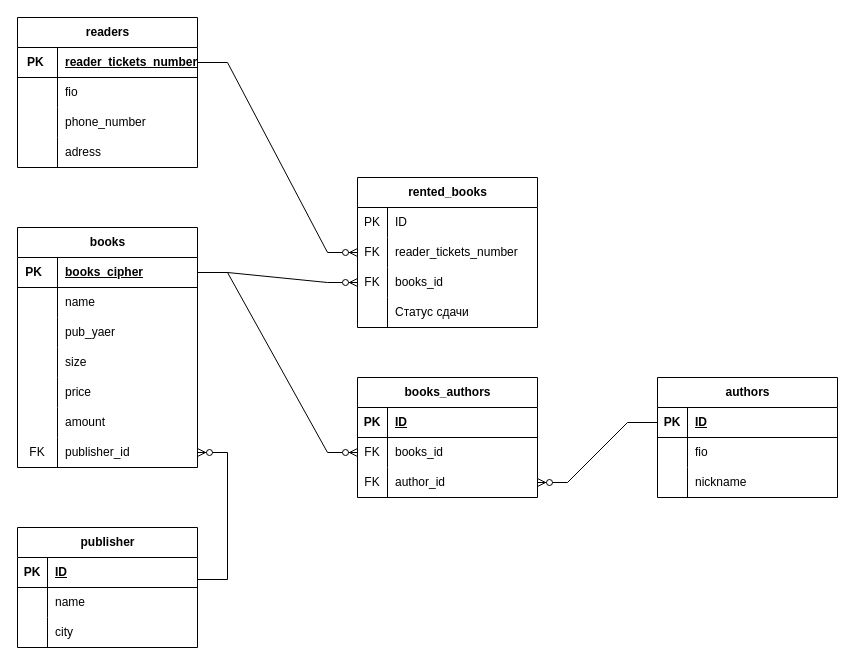
Before: Диаграмма library.drawio in OlegVDE/2.2_create_library_db, a draw.io diagram. Source tidied: cells renumbered, new cells numbered last; positions are measured from the earlier drawing's top-left corner, leaving out a move shared by most shapes. Both pictures are drawn from the tidied source at 100%, with x=0, y=0 at pixel (17, 17).
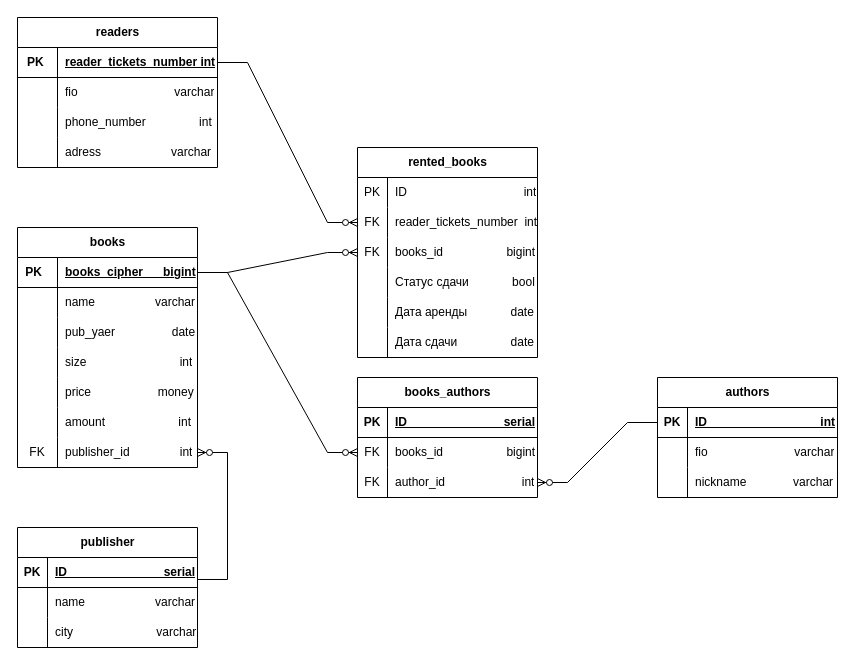
Above is the later version.

The change refers to these unchanged cells:
```xml
<mxCell id="16" style="shape=tableRow;horizontal=0;startSize=0;swimlaneHead=0;swimlaneBody=0;fillColor=none;points=[[0,0.5],[1,0.5]];portConstraint=eastwest;top=0;left=0;right=0;bottom=1;" parent="15" vertex="1">
  <mxGeometry y="30" width="180" height="30" as="geometry" />
</mxCell>
<mxCell id="19" style="shape=tableRow;horizontal=0;startSize=0;swimlaneHead=0;swimlaneBody=0;fillColor=none;top=0;left=0;right=0;bottom=0;" parent="15" vertex="1">
  <mxGeometry y="60" width="180" height="30" as="geometry" />
</mxCell>
<mxCell id="22" style="shape=tableRow;horizontal=0;startSize=0;swimlaneHead=0;swimlaneBody=0;fillColor=none;top=0;left=0;right=0;bottom=0;" parent="15" vertex="1">
  <mxGeometry y="90" width="180" height="30" as="geometry" />
</mxCell>
<mxCell id="25" style="shape=tableRow;horizontal=0;startSize=0;swimlaneHead=0;swimlaneBody=0;fillColor=none;top=0;left=0;right=0;bottom=0;" parent="15" vertex="1">
  <mxGeometry y="120" width="180" height="30" as="geometry" />
</mxCell>
<mxCell id="28" style="shape=tableRow;horizontal=0;startSize=0;swimlaneHead=0;swimlaneBody=0;fillColor=none;top=0;left=0;right=0;bottom=0;" parent="15" vertex="1">
  <mxGeometry y="150" width="180" height="30" as="geometry" />
</mxCell>
<mxCell id="31" style="shape=tableRow;horizontal=0;startSize=0;swimlaneHead=0;swimlaneBody=0;fillColor=none;top=0;left=0;right=0;bottom=0;" parent="15" vertex="1">
  <mxGeometry y="180" width="180" height="30" as="geometry" />
</mxCell>
<mxCell id="34" style="shape=tableRow;horizontal=0;startSize=0;swimlaneHead=0;swimlaneBody=0;fillColor=none;points=[[0,0.5],[1,0.5]];portConstraint=eastwest;top=0;left=0;right=0;bottom=0;" parent="15" vertex="1">
  <mxGeometry y="210" width="180" height="30" as="geometry" />
</mxCell>
<mxCell id="38" style="shape=tableRow;horizontal=0;startSize=0;swimlaneHead=0;swimlaneBody=0;fillColor=none;points=[[0,0.5],[1,0.5]];portConstraint=eastwest;top=0;left=0;right=0;bottom=1;" parent="37" vertex="1">
  <mxGeometry y="30" width="180" height="30" as="geometry" />
</mxCell>
<mxCell id="41" style="shape=tableRow;horizontal=0;startSize=0;swimlaneHead=0;swimlaneBody=0;fillColor=none;top=0;left=0;right=0;bottom=0;" parent="37" vertex="1">
  <mxGeometry y="60" width="180" height="30" as="geometry" />
</mxCell>
<mxCell id="44" style="shape=tableRow;horizontal=0;startSize=0;swimlaneHead=0;swimlaneBody=0;fillColor=none;top=0;left=0;right=0;bottom=0;" parent="37" vertex="1">
  <mxGeometry y="90" width="180" height="30" as="geometry" />
</mxCell>
<mxCell id="49" style="shape=tableRow;horizontal=0;startSize=0;swimlaneHead=0;swimlaneBody=0;fillColor=none;top=0;left=0;right=0;bottom=0;" parent="48" vertex="1">
  <mxGeometry y="30" width="180" height="30" as="geometry" />
</mxCell>
<mxCell id="52" style="shape=tableRow;horizontal=0;startSize=0;swimlaneHead=0;swimlaneBody=0;fillColor=none;points=[[0,0.5],[1,0.5]];portConstraint=eastwest;top=0;left=0;right=0;bottom=0;" parent="48" vertex="1">
  <mxGeometry y="60" width="180" height="30" as="geometry" />
</mxCell>
<mxCell id="55" style="shape=tableRow;horizontal=0;startSize=0;swimlaneHead=0;swimlaneBody=0;fillColor=none;points=[[0,0.5],[1,0.5]];portConstraint=eastwest;top=0;left=0;right=0;bottom=0;" parent="48" vertex="1">
  <mxGeometry y="90" width="180" height="30" as="geometry" />
</mxCell>
<mxCell id="58" style="shape=tableRow;horizontal=0;startSize=0;swimlaneHead=0;swimlaneBody=0;fillColor=none;top=0;left=0;right=0;bottom=0;" parent="48" vertex="1">
  <mxGeometry y="120" width="180" height="30" as="geometry" />
</mxCell>
<mxCell id="64" style="shape=tableRow;horizontal=0;startSize=0;swimlaneHead=0;swimlaneBody=0;fillColor=none;top=0;left=0;right=0;bottom=1;" parent="63" vertex="1">
  <mxGeometry y="30" width="180" height="30" as="geometry" />
</mxCell>
<mxCell id="67" style="shape=tableRow;horizontal=0;startSize=0;swimlaneHead=0;swimlaneBody=0;fillColor=none;points=[[0,0.5],[1,0.5]];portConstraint=eastwest;top=0;left=0;right=0;bottom=0;" parent="63" vertex="1">
  <mxGeometry y="60" width="180" height="30" as="geometry" />
</mxCell>
<mxCell id="70" style="shape=tableRow;horizontal=0;startSize=0;swimlaneHead=0;swimlaneBody=0;fillColor=none;points=[[0,0.5],[1,0.5]];portConstraint=eastwest;top=0;left=0;right=0;bottom=0;" parent="63" vertex="1">
  <mxGeometry y="90" width="180" height="30" as="geometry" />
</mxCell>
<mxCell id="75" style="shape=tableRow;horizontal=0;startSize=0;swimlaneHead=0;swimlaneBody=0;fillColor=none;points=[[0,0.5],[1,0.5]];portConstraint=eastwest;top=0;left=0;right=0;bottom=1;" parent="74" vertex="1">
  <mxGeometry y="30" width="180" height="30" as="geometry" />
</mxCell>
<mxCell id="78" style="shape=tableRow;horizontal=0;startSize=0;swimlaneHead=0;swimlaneBody=0;fillColor=none;top=0;left=0;right=0;bottom=0;" parent="74" vertex="1">
  <mxGeometry y="60" width="180" height="30" as="geometry" />
</mxCell>
<mxCell id="81" style="shape=tableRow;horizontal=0;startSize=0;swimlaneHead=0;swimlaneBody=0;fillColor=none;top=0;left=0;right=0;bottom=0;" parent="74" vertex="1">
  <mxGeometry y="90" width="180" height="30" as="geometry" />
</mxCell>
```

What changed in the source:
```diff
@@
     <mxCell id="2" value="readers" style="shape=table;startSize=30;childLayout=tableLayout;rowLines=0;fontStyle=1;align=center;html=1;" parent="1" vertex="1">
-      <mxGeometry width="180" height="150" as="geometry" />
+      <mxGeometry width="200" height="150" as="geometry" />
     </mxCell>
     <mxCell id="3" style="shape=tableRow;horizontal=0;startSize=0;swimlaneHead=0;swimlaneBody=0;fillColor=none;points=[[0,0.5],[1,0.5]];portConstraint=eastwest;top=0;left=0;right=0;bottom=1;" parent="2" vertex="1">
-      <mxGeometry y="30" width="180" height="30" as="geometry" />
+      <mxGeometry y="30" width="200" height="30" as="geometry" />
     </mxCell>
@@
-    <mxCell id="5" value="reader_tickets_number" style="shape=partialRectangle;fillColor=none;top=0;left=0;bottom=0;right=0;align=left;spacingLeft=6;fontStyle=5;overflow=hidden;whiteSpace=wrap;html=1;" parent="3" vertex="1">
-      <mxGeometry x="40" width="140" height="30" as="geometry" />
+    <mxCell id="5" value="reader_tickets_number&amp;nbsp;int" style="shape=partialRectangle;fillColor=none;top=0;left=0;bottom=0;right=0;align=left;spacingLeft=6;fontStyle=5;overflow=hidden;whiteSpace=wrap;html=1;" parent="3" vertex="1">
+      <mxGeometry x="40" width="160" height="30" as="geometry" />
     </mxCell>
     <mxCell id="6" style="shape=tableRow;horizontal=0;startSize=0;swimlaneHead=0;swimlaneBody=0;fillColor=none;top=0;left=0;right=0;bottom=0;" parent="2" vertex="1">
-      <mxGeometry y="60" width="180" height="30" as="geometry" />
+      <mxGeometry y="60" width="200" height="30" as="geometry" />
     </mxCell>
@@
-    <mxCell id="8" value="fio" style="shape=partialRectangle;fillColor=none;top=0;left=0;bottom=0;right=0;align=left;spacingLeft=6;overflow=hidden;whiteSpace=wrap;html=1;" parent="6" vertex="1">
-      <mxGeometry x="40" width="140" height="30" as="geometry" />
+    <mxCell id="8" value="fio&amp;nbsp; &amp;nbsp; &amp;nbsp; &amp;nbsp; &amp;nbsp; &amp;nbsp; &amp;nbsp; &amp;nbsp; &amp;nbsp; &amp;nbsp; &amp;nbsp; &amp;nbsp; &amp;nbsp; &amp;nbsp; &amp;nbsp;varchar" style="shape=partialRectangle;fillColor=none;top=0;left=0;bottom=0;right=0;align=left;spacingLeft=6;overflow=hidden;whiteSpace=wrap;html=1;" parent="6" vertex="1">
+      <mxGeometry x="40" width="160" height="30" as="geometry" />
     </mxCell>
     <mxCell id="9" style="shape=tableRow;horizontal=0;startSize=0;swimlaneHead=0;swimlaneBody=0;fillColor=none;top=0;left=0;right=0;bottom=0;" parent="2" vertex="1">
-      <mxGeometry y="90" width="180" height="30" as="geometry" />
+      <mxGeometry y="90" width="200" height="30" as="geometry" />
     </mxCell>
@@
-    <mxCell id="11" value="phone_number" style="shape=partialRectangle;fillColor=none;top=0;left=0;bottom=0;right=0;align=left;spacingLeft=6;overflow=hidden;whiteSpace=wrap;html=1;" parent="9" vertex="1">
-      <mxGeometry x="40" width="140" height="30" as="geometry" />
+    <mxCell id="11" value="phone_number&amp;nbsp; &amp;nbsp; &amp;nbsp; &amp;nbsp; &amp;nbsp; &amp;nbsp; &amp;nbsp; &amp;nbsp; int&amp;nbsp;" style="shape=partialRectangle;fillColor=none;top=0;left=0;bottom=0;right=0;align=left;spacingLeft=6;overflow=hidden;whiteSpace=wrap;html=1;" parent="9" vertex="1">
+      <mxGeometry x="40" width="160" height="30" as="geometry" />
     </mxCell>
     <mxCell id="12" style="shape=tableRow;horizontal=0;startSize=0;swimlaneHead=0;swimlaneBody=0;fillColor=none;top=0;left=0;right=0;bottom=0;" parent="2" vertex="1">
-      <mxGeometry y="120" width="180" height="30" as="geometry" />
+      <mxGeometry y="120" width="200" height="30" as="geometry" />
     </mxCell>
@@
-    <mxCell id="14" value="adress" style="shape=partialRectangle;fillColor=none;top=0;left=0;bottom=0;right=0;align=left;spacingLeft=6;overflow=hidden;whiteSpace=wrap;html=1;" parent="12" vertex="1">
-      <mxGeometry x="40" width="140" height="30" as="geometry" />
+    <mxCell id="14" value="adress&amp;nbsp; &amp;nbsp; &amp;nbsp; &amp;nbsp; &amp;nbsp; &amp;nbsp; &amp;nbsp; &amp;nbsp; &amp;nbsp; &amp;nbsp; &amp;nbsp;varchar" style="shape=partialRectangle;fillColor=none;top=0;left=0;bottom=0;right=0;align=left;spacingLeft=6;overflow=hidden;whiteSpace=wrap;html=1;" parent="12" vertex="1">
+      <mxGeometry x="40" width="160" height="30" as="geometry" />
     </mxCell>
@@
-    <mxCell id="18" value="books_cipher" style="shape=partialRectangle;fillColor=none;top=0;left=0;bottom=0;right=0;align=left;spacingLeft=6;fontStyle=5;overflow=hidden;whiteSpace=wrap;html=1;" parent="16" vertex="1">
+    <mxCell id="18" value="books_cipher&amp;nbsp; &amp;nbsp; &amp;nbsp; bigint" style="shape=partialRectangle;fillColor=none;top=0;left=0;bottom=0;right=0;align=left;spacingLeft=6;fontStyle=5;overflow=hidden;whiteSpace=wrap;html=1;" parent="16" vertex="1">
       <mxGeometry x="40" width="140" height="30" as="geometry" />
     </mxCell>
@@
-    <mxCell id="21" value="name" style="shape=partialRectangle;fillColor=none;top=0;left=0;bottom=0;right=0;align=left;spacingLeft=6;overflow=hidden;whiteSpace=wrap;html=1;" parent="19" vertex="1">
+    <mxCell id="21" value="name&amp;nbsp; &amp;nbsp; &amp;nbsp; &amp;nbsp; &amp;nbsp; &amp;nbsp; &amp;nbsp; &amp;nbsp; &amp;nbsp;&amp;nbsp;varchar" style="shape=partialRectangle;fillColor=none;top=0;left=0;bottom=0;right=0;align=left;spacingLeft=6;overflow=hidden;whiteSpace=wrap;html=1;" parent="19" vertex="1">
       <mxGeometry x="40" width="140" height="30" as="geometry" />
     </mxCell>
@@
-    <mxCell id="24" value="pub_yaer" style="shape=partialRectangle;fillColor=none;top=0;left=0;bottom=0;right=0;align=left;spacingLeft=6;overflow=hidden;whiteSpace=wrap;html=1;" parent="22" vertex="1">
+    <mxCell id="24" value="pub_yaer&amp;nbsp; &amp;nbsp; &amp;nbsp; &amp;nbsp; &amp;nbsp; &amp;nbsp; &amp;nbsp; &amp;nbsp; &amp;nbsp;date" style="shape=partialRectangle;fillColor=none;top=0;left=0;bottom=0;right=0;align=left;spacingLeft=6;overflow=hidden;whiteSpace=wrap;html=1;" parent="22" vertex="1">
       <mxGeometry x="40" width="140" height="30" as="geometry" />
     </mxCell>
@@
-    <mxCell id="27" value="size" style="shape=partialRectangle;fillColor=none;top=0;left=0;bottom=0;right=0;align=left;spacingLeft=6;overflow=hidden;whiteSpace=wrap;html=1;" parent="25" vertex="1">
+    <mxCell id="27" value="size&amp;nbsp; &amp;nbsp; &amp;nbsp; &amp;nbsp; &amp;nbsp; &amp;nbsp; &amp;nbsp; &amp;nbsp; &amp;nbsp; &amp;nbsp; &amp;nbsp; &amp;nbsp; &amp;nbsp; &amp;nbsp; int" style="shape=partialRectangle;fillColor=none;top=0;left=0;bottom=0;right=0;align=left;spacingLeft=6;overflow=hidden;whiteSpace=wrap;html=1;" parent="25" vertex="1">
       <mxGeometry x="40" width="140" height="30" as="geometry" />
     </mxCell>
@@
-    <mxCell id="30" value="price" style="shape=partialRectangle;fillColor=none;top=0;left=0;bottom=0;right=0;align=left;spacingLeft=6;overflow=hidden;whiteSpace=wrap;html=1;" parent="28" vertex="1">
+    <mxCell id="30" value="price&amp;nbsp; &amp;nbsp; &amp;nbsp; &amp;nbsp; &amp;nbsp; &amp;nbsp; &amp;nbsp; &amp;nbsp; &amp;nbsp; &amp;nbsp; money" style="shape=partialRectangle;fillColor=none;top=0;left=0;bottom=0;right=0;align=left;spacingLeft=6;overflow=hidden;whiteSpace=wrap;html=1;" parent="28" vertex="1">
       <mxGeometry x="40" width="140" height="30" as="geometry" />
     </mxCell>
@@
-    <mxCell id="33" value="amount" style="shape=partialRectangle;fillColor=none;top=0;left=0;bottom=0;right=0;align=left;spacingLeft=6;overflow=hidden;whiteSpace=wrap;html=1;" parent="31" vertex="1">
+    <mxCell id="33" value="amount&amp;nbsp; &amp;nbsp; &amp;nbsp; &amp;nbsp; &amp;nbsp; &amp;nbsp; &amp;nbsp; &amp;nbsp; &amp;nbsp; &amp;nbsp; &amp;nbsp; int" style="shape=partialRectangle;fillColor=none;top=0;left=0;bottom=0;right=0;align=left;spacingLeft=6;overflow=hidden;whiteSpace=wrap;html=1;" parent="31" vertex="1">
       <mxGeometry x="40" width="140" height="30" as="geometry" />
     </mxCell>
@@
-    <mxCell id="36" value="publisher_id" style="shape=partialRectangle;fillColor=none;top=0;left=0;bottom=0;right=0;align=left;spacingLeft=6;overflow=hidden;whiteSpace=wrap;html=1;" parent="34" vertex="1">
+    <mxCell id="36" value="publisher_id&amp;nbsp; &amp;nbsp; &amp;nbsp; &amp;nbsp; &amp;nbsp; &amp;nbsp; &amp;nbsp; &amp;nbsp;int" style="shape=partialRectangle;fillColor=none;top=0;left=0;bottom=0;right=0;align=left;spacingLeft=6;overflow=hidden;whiteSpace=wrap;html=1;" parent="34" vertex="1">
       <mxGeometry x="40" width="140" height="30" as="geometry" />
     </mxCell>
@@
-    <mxCell id="40" value="ID" style="shape=partialRectangle;fillColor=none;top=0;left=0;bottom=0;right=0;align=left;spacingLeft=6;fontStyle=5;overflow=hidden;whiteSpace=wrap;html=1;" parent="38" vertex="1">
+    <mxCell id="40" value="ID&amp;nbsp; &amp;nbsp; &amp;nbsp; &amp;nbsp; &amp;nbsp; &amp;nbsp; &amp;nbsp; &amp;nbsp; &amp;nbsp; &amp;nbsp; &amp;nbsp; &amp;nbsp; &amp;nbsp; &amp;nbsp; &amp;nbsp;serial" style="shape=partialRectangle;fillColor=none;top=0;left=0;bottom=0;right=0;align=left;spacingLeft=6;fontStyle=5;overflow=hidden;whiteSpace=wrap;html=1;" parent="38" vertex="1">
       <mxGeometry x="30" width="150" height="30" as="geometry" />
     </mxCell>
@@
-    <mxCell id="43" value="name" style="shape=partialRectangle;fillColor=none;top=0;left=0;bottom=0;right=0;align=left;spacingLeft=6;overflow=hidden;whiteSpace=wrap;html=1;" parent="41" vertex="1">
+    <mxCell id="43" value="name&amp;nbsp; &amp;nbsp; &amp;nbsp; &amp;nbsp; &amp;nbsp; &amp;nbsp; &amp;nbsp; &amp;nbsp; &amp;nbsp; &amp;nbsp; &amp;nbsp;varchar" style="shape=partialRectangle;fillColor=none;top=0;left=0;bottom=0;right=0;align=left;spacingLeft=6;overflow=hidden;whiteSpace=wrap;html=1;" parent="41" vertex="1">
       <mxGeometry x="30" width="150" height="30" as="geometry" />
     </mxCell>
@@
-    <mxCell id="46" value="city" style="shape=partialRectangle;fillColor=none;top=0;left=0;bottom=0;right=0;align=left;spacingLeft=6;overflow=hidden;whiteSpace=wrap;html=1;" parent="44" vertex="1">
+    <mxCell id="46" value="city&amp;nbsp; &amp;nbsp; &amp;nbsp; &amp;nbsp; &amp;nbsp; &amp;nbsp; &amp;nbsp; &amp;nbsp; &amp;nbsp; &amp;nbsp; &amp;nbsp; &amp;nbsp; &amp;nbsp;varchar" style="shape=partialRectangle;fillColor=none;top=0;left=0;bottom=0;right=0;align=left;spacingLeft=6;overflow=hidden;whiteSpace=wrap;html=1;" parent="44" vertex="1">
       <mxGeometry x="30" width="150" height="30" as="geometry" />
     </mxCell>
@@
     <mxCell id="48" value="rented_books" style="shape=table;startSize=30;childLayout=tableLayout;rowLines=0;fontStyle=1;align=center;html=1;" parent="1" vertex="1">
-      <mxGeometry x="340" y="160" width="180" height="150" as="geometry" />
+      <mxGeometry x="340" y="130" width="180" height="210" as="geometry" />
     </mxCell>
@@
-    <mxCell id="51" value="ID" style="shape=partialRectangle;fillColor=none;top=0;left=0;bottom=0;right=0;align=left;spacingLeft=6;overflow=hidden;whiteSpace=wrap;html=1;" parent="49" vertex="1">
+    <mxCell id="51" value="ID&amp;nbsp; &amp;nbsp; &amp;nbsp; &amp;nbsp; &amp;nbsp; &amp;nbsp; &amp;nbsp; &amp;nbsp; &amp;nbsp; &amp;nbsp; &amp;nbsp; &amp;nbsp; &amp;nbsp; &amp;nbsp; &amp;nbsp; &amp;nbsp; &amp;nbsp; &amp;nbsp;int" style="shape=partialRectangle;fillColor=none;top=0;left=0;bottom=0;right=0;align=left;spacingLeft=6;overflow=hidden;whiteSpace=wrap;html=1;" parent="49" vertex="1">
       <mxGeometry x="30" width="150" height="30" as="geometry" />
     </mxCell>
@@
-    <mxCell id="54" value="reader_tickets_number" style="shape=partialRectangle;fillColor=none;top=0;left=0;bottom=0;right=0;align=left;spacingLeft=6;overflow=hidden;whiteSpace=wrap;html=1;" parent="52" vertex="1">
+    <mxCell id="54" value="reader_tickets_number&amp;nbsp;&amp;nbsp;int" style="shape=partialRectangle;fillColor=none;top=0;left=0;bottom=0;right=0;align=left;spacingLeft=6;overflow=hidden;whiteSpace=wrap;html=1;" parent="52" vertex="1">
       <mxGeometry x="30" width="150" height="30" as="geometry" />
     </mxCell>
@@
-    <mxCell id="57" value="books_id" style="shape=partialRectangle;fillColor=none;top=0;left=0;bottom=0;right=0;align=left;spacingLeft=6;overflow=hidden;whiteSpace=wrap;html=1;" parent="55" vertex="1">
+    <mxCell id="57" value="books_id&amp;nbsp; &amp;nbsp; &amp;nbsp; &amp;nbsp; &amp;nbsp; &amp;nbsp; &amp;nbsp; &amp;nbsp; &amp;nbsp; &amp;nbsp;bigint" style="shape=partialRectangle;fillColor=none;top=0;left=0;bottom=0;right=0;align=left;spacingLeft=6;overflow=hidden;whiteSpace=wrap;html=1;" parent="55" vertex="1">
       <mxGeometry x="30" width="150" height="30" as="geometry" />
     </mxCell>
@@
-    <mxCell id="60" value="Статуc сдачи" style="shape=partialRectangle;fillColor=none;top=0;left=0;bottom=0;right=0;align=left;spacingLeft=6;overflow=hidden;whiteSpace=wrap;html=1;" parent="58" vertex="1">
+    <mxCell id="60" value="Статуc сдачи&amp;nbsp; &amp;nbsp; &amp;nbsp; &amp;nbsp; &amp;nbsp; &amp;nbsp; &amp;nbsp;bool" style="shape=partialRectangle;fillColor=none;top=0;left=0;bottom=0;right=0;align=left;spacingLeft=6;overflow=hidden;whiteSpace=wrap;html=1;" parent="58" vertex="1">
       <mxGeometry x="30" width="150" height="30" as="geometry" />
     </mxCell>
+    <mxCell id="85" style="shape=tableRow;horizontal=0;startSize=0;swimlaneHead=0;swimlaneBody=0;fillColor=none;top=0;left=0;right=0;bottom=0;" parent="48" vertex="1">
+      <mxGeometry y="150" width="180" height="30" as="geometry" />
+    </mxCell>
+    <mxCell id="86" style="shape=partialRectangle;fillColor=none;top=0;left=0;bottom=0;right=0;overflow=hidden;whiteSpace=wrap;html=1;" parent="85" vertex="1">
+      <mxGeometry width="30" height="30" as="geometry" />
+    </mxCell>
+    <mxCell id="87" value="Дата аренды&amp;nbsp; &amp;nbsp; &amp;nbsp; &amp;nbsp; &amp;nbsp; &amp;nbsp; &amp;nbsp;date" style="shape=partialRectangle;fillColor=none;top=0;left=0;bottom=0;right=0;align=left;spacingLeft=6;overflow=hidden;whiteSpace=wrap;html=1;" parent="85" vertex="1">
+      <mxGeometry x="30" width="150" height="30" as="geometry" />
+    </mxCell>
+    <mxCell id="88" style="shape=tableRow;horizontal=0;startSize=0;swimlaneHead=0;swimlaneBody=0;fillColor=none;top=0;left=0;right=0;bottom=0;" parent="48" vertex="1">
+      <mxGeometry y="180" width="180" height="30" as="geometry" />
+    </mxCell>
+    <mxCell id="89" style="shape=partialRectangle;fillColor=none;top=0;left=0;bottom=0;right=0;overflow=hidden;whiteSpace=wrap;html=1;" parent="88" vertex="1">
+      <mxGeometry width="30" height="30" as="geometry" />
+    </mxCell>
+    <mxCell id="90" value="Дата сдачи&amp;nbsp; &amp;nbsp; &amp;nbsp; &amp;nbsp; &amp;nbsp; &amp;nbsp; &amp;nbsp; &amp;nbsp; date" style="shape=partialRectangle;fillColor=none;top=0;left=0;bottom=0;right=0;align=left;spacingLeft=6;overflow=hidden;whiteSpace=wrap;html=1;" parent="88" vertex="1">
+      <mxGeometry x="30" width="150" height="30" as="geometry" />
+    </mxCell>
@@
-    <mxCell id="66" value="ID" style="shape=partialRectangle;fillColor=none;top=0;left=0;bottom=0;right=0;align=left;spacingLeft=6;fontStyle=5;overflow=hidden;whiteSpace=wrap;html=1;" parent="64" vertex="1">
+    <mxCell id="66" value="ID&amp;nbsp; &amp;nbsp; &amp;nbsp; &amp;nbsp; &amp;nbsp; &amp;nbsp; &amp;nbsp; &amp;nbsp; &amp;nbsp; &amp;nbsp; &amp;nbsp; &amp;nbsp; &amp;nbsp; &amp;nbsp; &amp;nbsp;serial" style="shape=partialRectangle;fillColor=none;top=0;left=0;bottom=0;right=0;align=left;spacingLeft=6;fontStyle=5;overflow=hidden;whiteSpace=wrap;html=1;" parent="64" vertex="1">
       <mxGeometry x="30" width="150" height="30" as="geometry" />
     </mxCell>
@@
-    <mxCell id="69" value="books_id" style="shape=partialRectangle;fillColor=none;top=0;left=0;bottom=0;right=0;align=left;spacingLeft=6;overflow=hidden;whiteSpace=wrap;html=1;" parent="67" vertex="1">
+    <mxCell id="69" value="books_id&amp;nbsp; &amp;nbsp; &amp;nbsp; &amp;nbsp; &amp;nbsp; &amp;nbsp; &amp;nbsp; &amp;nbsp; &amp;nbsp; &amp;nbsp;bigint" style="shape=partialRectangle;fillColor=none;top=0;left=0;bottom=0;right=0;align=left;spacingLeft=6;overflow=hidden;whiteSpace=wrap;html=1;" parent="67" vertex="1">
       <mxGeometry x="30" width="150" height="30" as="geometry" />
     </mxCell>
@@
-    <mxCell id="72" value="author_id" style="shape=partialRectangle;fillColor=none;top=0;left=0;bottom=0;right=0;align=left;spacingLeft=6;overflow=hidden;whiteSpace=wrap;html=1;" parent="70" vertex="1">
+    <mxCell id="72" value="author_id&amp;nbsp; &amp;nbsp; &amp;nbsp; &amp;nbsp; &amp;nbsp; &amp;nbsp; &amp;nbsp; &amp;nbsp; &amp;nbsp; &amp;nbsp; &amp;nbsp; &amp;nbsp;int" style="shape=partialRectangle;fillColor=none;top=0;left=0;bottom=0;right=0;align=left;spacingLeft=6;overflow=hidden;whiteSpace=wrap;html=1;" parent="70" vertex="1">
       <mxGeometry x="30" width="150" height="30" as="geometry" />
     </mxCell>
@@
-    <mxCell id="77" value="ID" style="shape=partialRectangle;fillColor=none;top=0;left=0;bottom=0;right=0;align=left;spacingLeft=6;fontStyle=5;overflow=hidden;whiteSpace=wrap;html=1;" parent="75" vertex="1">
+    <mxCell id="77" value="ID&amp;nbsp; &amp;nbsp; &amp;nbsp; &amp;nbsp; &amp;nbsp; &amp;nbsp; &amp;nbsp; &amp;nbsp; &amp;nbsp; &amp;nbsp; &amp;nbsp; &amp;nbsp; &amp;nbsp; &amp;nbsp; &amp;nbsp; &amp;nbsp; &amp;nbsp; int" style="shape=partialRectangle;fillColor=none;top=0;left=0;bottom=0;right=0;align=left;spacingLeft=6;fontStyle=5;overflow=hidden;whiteSpace=wrap;html=1;" parent="75" vertex="1">
       <mxGeometry x="30" width="150" height="30" as="geometry" />
     </mxCell>
@@
-    <mxCell id="80" value="fio" style="shape=partialRectangle;fillColor=none;top=0;left=0;bottom=0;right=0;align=left;spacingLeft=6;overflow=hidden;whiteSpace=wrap;html=1;" parent="78" vertex="1">
+    <mxCell id="80" value="fio&amp;nbsp; &amp;nbsp; &amp;nbsp; &amp;nbsp; &amp;nbsp; &amp;nbsp; &amp;nbsp; &amp;nbsp; &amp;nbsp; &amp;nbsp; &amp;nbsp; &amp;nbsp; &amp;nbsp; varchar" style="shape=partialRectangle;fillColor=none;top=0;left=0;bottom=0;right=0;align=left;spacingLeft=6;overflow=hidden;whiteSpace=wrap;html=1;" parent="78" vertex="1">
       <mxGeometry x="30" width="150" height="30" as="geometry" />
     </mxCell>
@@
-    <mxCell id="83" value="nickname" style="shape=partialRectangle;fillColor=none;top=0;left=0;bottom=0;right=0;align=left;spacingLeft=6;overflow=hidden;whiteSpace=wrap;html=1;" parent="81" vertex="1">
+    <mxCell id="83" value="nickname&amp;nbsp; &amp;nbsp; &amp;nbsp; &amp;nbsp; &amp;nbsp; &amp;nbsp; &amp;nbsp; varchar" style="shape=partialRectangle;fillColor=none;top=0;left=0;bottom=0;right=0;align=left;spacingLeft=6;overflow=hidden;whiteSpace=wrap;html=1;" parent="81" vertex="1">
       <mxGeometry x="30" width="150" height="30" as="geometry" />
     </mxCell>
```
